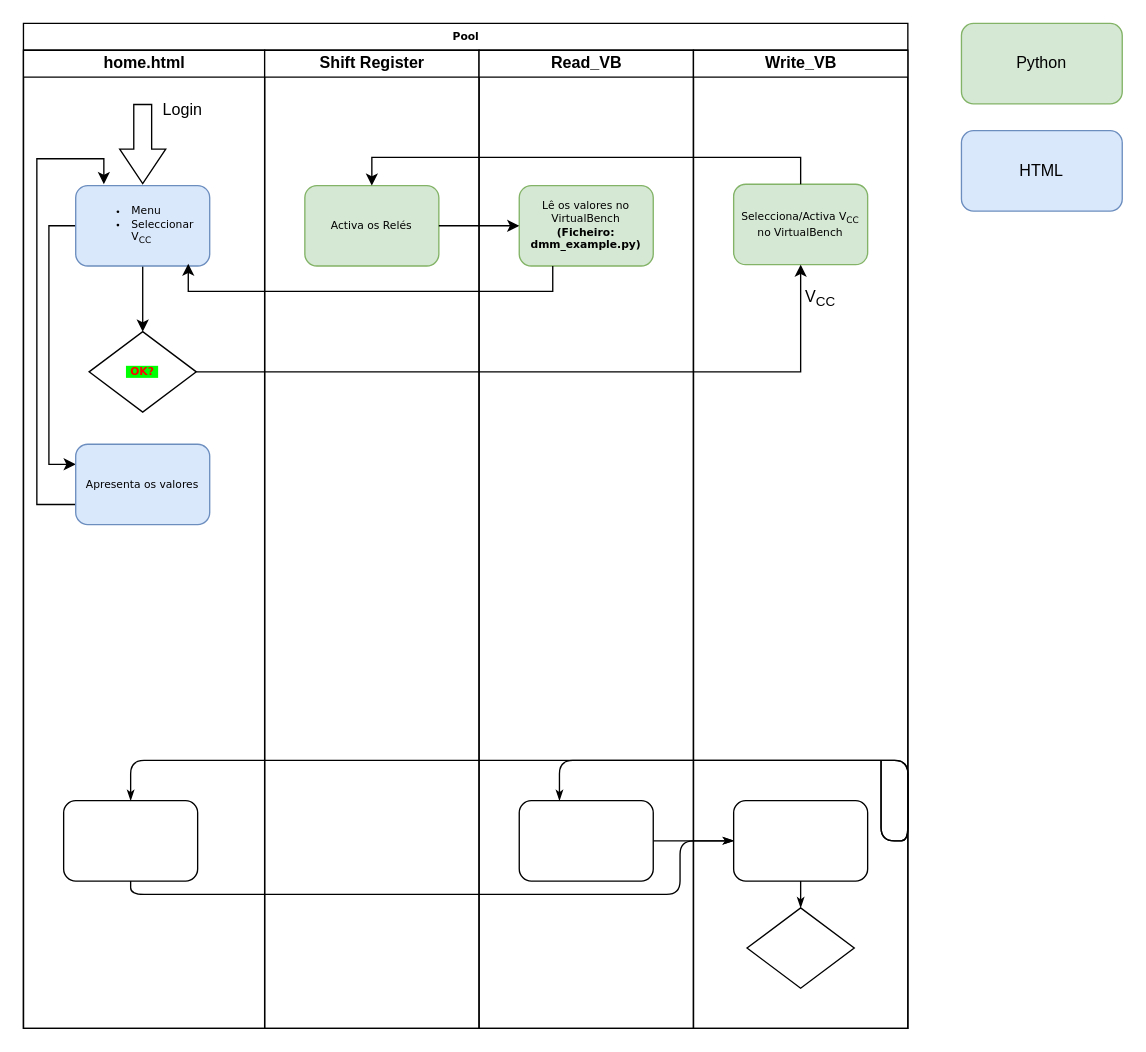
Before: diagramas/Diagrama_RENOMEAR.drawio in eddygrinder/Unnamed-Thesis_PCCode, a draw.io diagram. Source tidied: cells renumbered, new cells numbered last; positions are measured from the earlier drawing's top-left corner, leaving out a move shared by most shapes. Both pictures are drawn from the tidied source at 134%, with x=0, y=0 at pixel (23, 23).
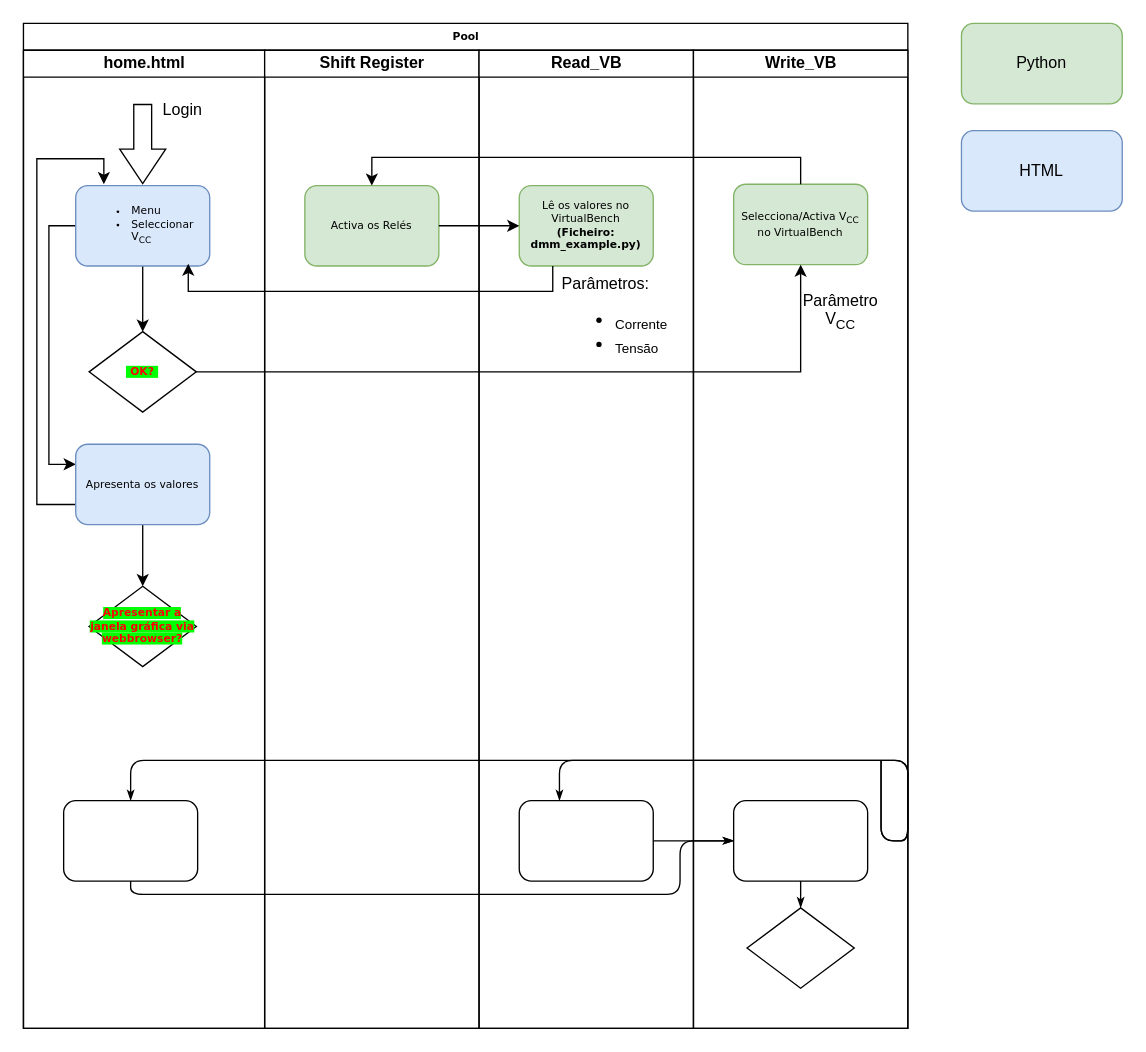
The same page after the edit.

The change refers to these unchanged cells:
```xml
<mxCell id="3" value="home.html" style="swimlane;html=1;startSize=20;" parent="2" vertex="1">
  <mxGeometry y="20" width="180" height="730" as="geometry" />
</mxCell>
<mxCell id="11" value="Apresenta os valores" style="rounded=1;whiteSpace=wrap;html=1;shadow=0;labelBackgroundColor=none;strokeWidth=1;fontFamily=Verdana;fontSize=8;align=center;fillColor=#dae8fc;strokeColor=#6c8ebf;" parent="3" vertex="1">
  <mxGeometry x="39" y="294" width="100" height="60" as="geometry" />
</mxCell>
<mxCell id="19" value="Read_VB" style="swimlane;html=1;startSize=20;" parent="2" vertex="1">
  <mxGeometry x="340" y="20" width="160" height="730" as="geometry" />
</mxCell>
<mxCell id="22" value="Write_VB" style="swimlane;html=1;startSize=20;" parent="2" vertex="1">
  <mxGeometry x="500" y="20" width="160" height="730" as="geometry" />
</mxCell>
```

Change to the diagram source:
```diff
@@
-    <mxCell id="2" value="Pool" style="swimlane;html=1;startSize=20;rounded=0;shadow=0;labelBackgroundColor=none;strokeWidth=1;fontFamily=Verdana;fontSize=8;align=center;" parent="1" vertex="1">
+    <mxCell id="2" value="Pool" style="swimlane;html=1;startSize=20;rounded=0;shadow=0;labelBackgroundColor=none;strokeWidth=1;fontFamily=Verdana;fontSize=8;align=center;glass=0;" parent="1" vertex="1">
       <mxGeometry width="660" height="750" as="geometry" />
     </mxCell>
@@
+    <mxCell id="35" style="edgeStyle=orthogonalEdgeStyle;rounded=0;jettySize=auto;html=1;" parent="3" edge="1" source="11" target="36">
+      <mxGeometry relative="1" as="geometry" />
+    </mxCell>
@@
+    <mxCell id="36" value="&lt;font color=&quot;#ff0000&quot;&gt;&lt;span style=&quot;background-color: rgb(0, 255, 0);&quot;&gt;&lt;b&gt;Apresentar a janela gráfica via webbrowser?&lt;br&gt;&lt;/b&gt;&lt;/span&gt;&lt;/font&gt;" style="rhombus;whiteSpace=wrap;html=1;rounded=0;shadow=0;labelBackgroundColor=none;strokeWidth=1;fontFamily=Verdana;fontSize=8;align=center;" parent="3" vertex="1">
+      <mxGeometry x="49" y="400" width="80" height="60" as="geometry" />
+    </mxCell>
@@
+    <mxCell id="37" value="&lt;div align=&quot;left&quot;&gt;Parâmetros:&lt;/div&gt;&lt;div align=&quot;left&quot;&gt;&lt;ul&gt;&lt;li&gt;&lt;sub&gt;Corrente&lt;/sub&gt;&lt;/li&gt;&lt;li&gt;&lt;sub&gt;Tensão&lt;/sub&gt;&lt;/li&gt;&lt;/ul&gt;&lt;/div&gt;" style="text;html=1;strokeColor=none;fillColor=none;align=left;verticalAlign=middle;whiteSpace=wrap;rounded=0;" parent="19" vertex="1">
+      <mxGeometry x="60" y="189" width="60" height="30" as="geometry" />
+    </mxCell>
@@
-    <mxCell id="23" value="Selecciona/Activa V&lt;sub&gt;CC&lt;/sub&gt; no VirtualBench" style="rounded=1;whiteSpace=wrap;html=1;shadow=0;labelBackgroundColor=none;strokeWidth=1;fontFamily=Verdana;fontSize=8;align=center;fillColor=#d5e8d4;strokeColor=#82b366;" parent="22" vertex="1">
+    <mxCell id="23" value="Selecciona/Activa V&lt;sub&gt;CC&lt;/sub&gt; no VirtualBench" style="rounded=1;whiteSpace=wrap;html=1;shadow=0;labelBackgroundColor=none;strokeWidth=1;fontFamily=Verdana;fontSize=8;align=center;fillColor=#d5e8d4;strokeColor=#82b366;glass=0;" parent="22" vertex="1">
       <mxGeometry x="30" y="100" width="100" height="60" as="geometry" />
     </mxCell>
@@
-    <mxCell id="27" value="V&lt;sub&gt;CC&lt;/sub&gt;" style="text;html=1;strokeColor=none;fillColor=none;align=center;verticalAlign=middle;whiteSpace=wrap;rounded=0;" parent="22" vertex="1">
-      <mxGeometry x="65" y="170" width="60" height="30" as="geometry" />
+    <mxCell id="27" value="&lt;div&gt;Parâmetro&lt;br&gt;&lt;/div&gt;&lt;div&gt;V&lt;sub&gt;CC&lt;/sub&gt;&lt;/div&gt;" style="text;html=1;strokeColor=none;fillColor=none;align=center;verticalAlign=middle;whiteSpace=wrap;rounded=0;" parent="22" vertex="1">
+      <mxGeometry x="80" y="180" width="60" height="30" as="geometry" />
     </mxCell>
```
